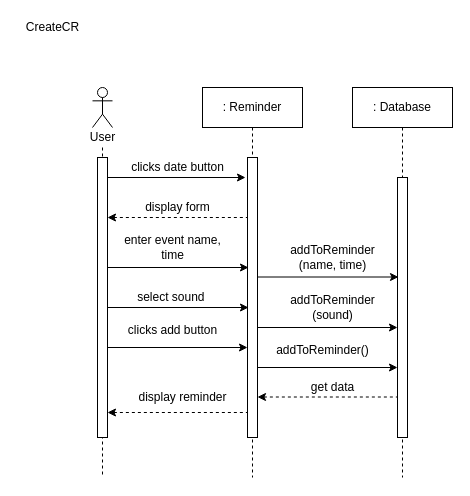
This is page "Page-2" (2 of 5) of CalendarReminder.drawio from FaizAnuar/ashisu, a draw.io file, before an edit. Source tidied: cells renumbered, new cells numbered last; positions are measured from the earlier drawing's top-left corner, leaving out a move shared by most shapes. Both pictures are drawn from the tidied source at 100%, with x=0, y=0 at pixel (17, 17).
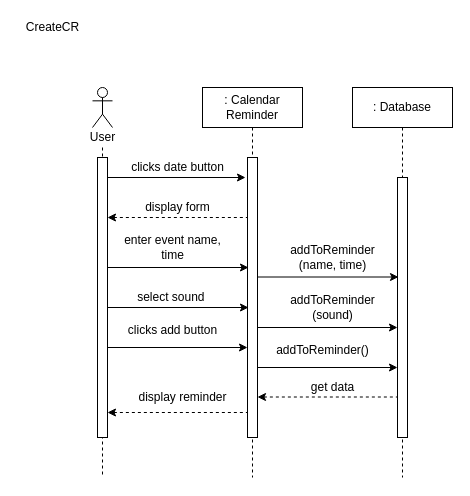
The same page after the edit.

The edit, as a diff of the source:
```diff
@@
-    <mxCell id="4" value=": Reminder" style="rounded=0;whiteSpace=wrap;html=1;" parent="1" vertex="1">
+    <mxCell id="4" value=": Calendar Reminder" style="rounded=0;whiteSpace=wrap;html=1;" parent="1" vertex="1">
       <mxGeometry x="185" y="70" width="100" height="40" as="geometry" />
     </mxCell>
```
